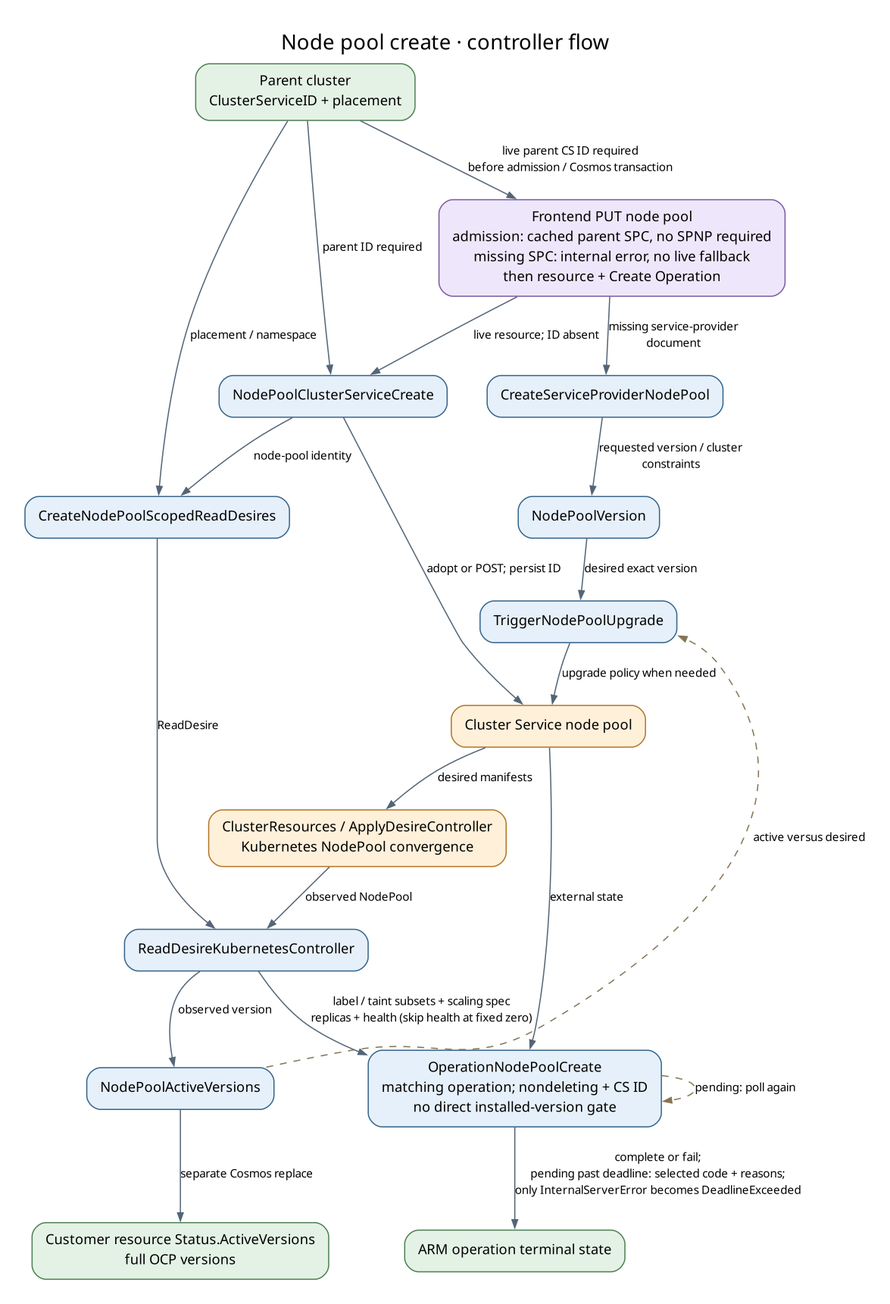
Above: docs/generated/diagrams/controller-flows/nodepool-create.png in Azure/ARO-HCP (Graphviz), before the change. Its source is kept beside it as docs/generated/diagrams/controller-flows/nodepool-create.dot.
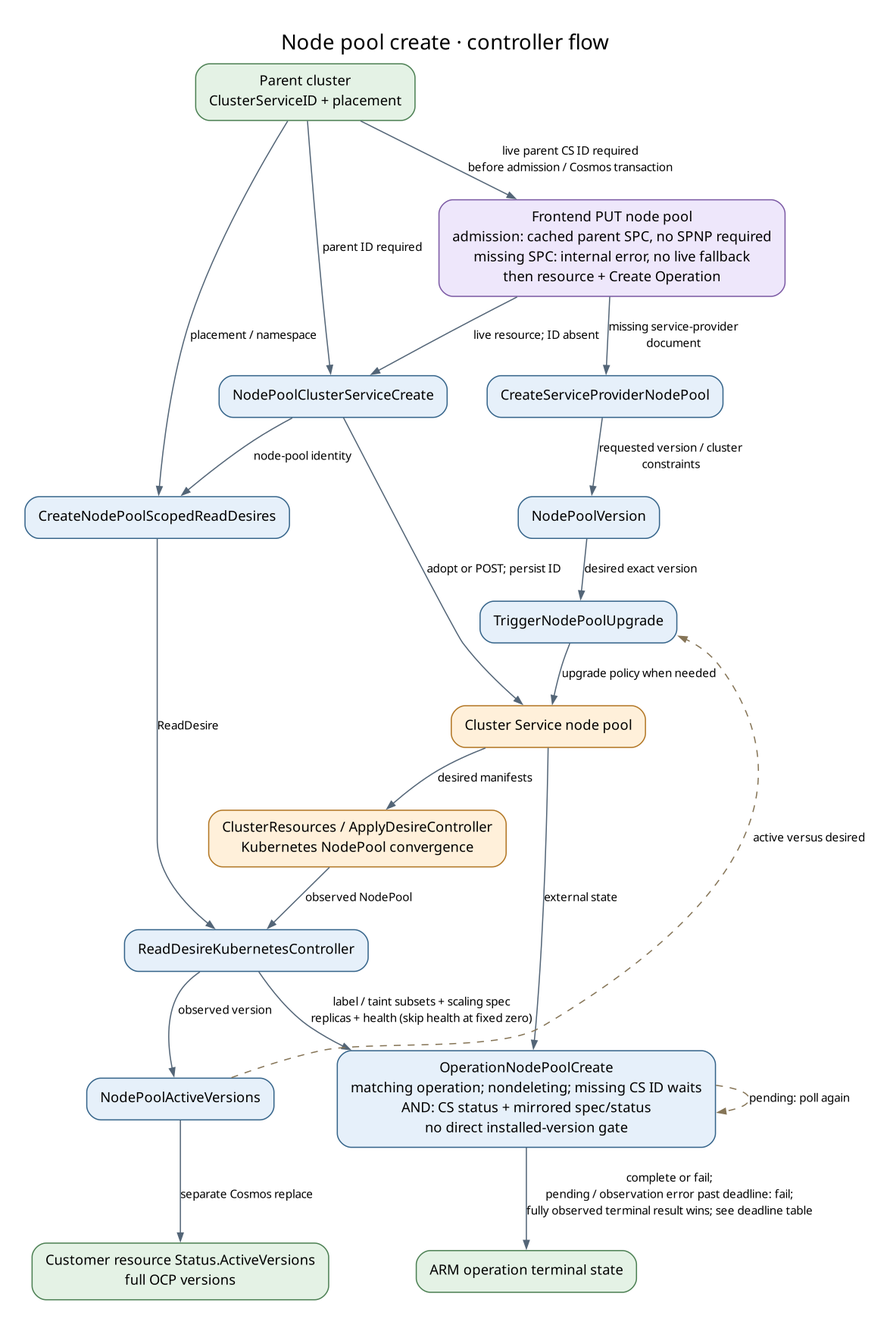
The same file after the commit.

Change to the diagram source:
```diff
@@ -13,7 +13,7 @@
   read [label="CreateNodePoolScopedReadDesires", fillcolor="#e6f0fa", color="#35648a"];
   mirror [label="ReadDesireKubernetesController", fillcolor="#e6f0fa", color="#35648a"];
   active [label="NodePoolActiveVersions", fillcolor="#e6f0fa", color="#35648a"];
-  op [label="OperationNodePoolCreate\nmatching operation; nondeleting + CS ID\nno direct installed-version gate", fillcolor="#e6f0fa", color="#35648a"];
+  op [label="OperationNodePoolCreate\nmatching operation; nondeleting; missing CS ID waits\nAND: CS status + mirrored spec/status\nno direct installed-version gate", fillcolor="#e6f0fa", color="#35648a"];
   done [label="ARM operation terminal state", fillcolor="#e4f2e5", color="#4c8053"];
   api -> create [label="live resource; ID absent"];
   parent -> api [label="live parent CS ID required\nbefore admission / Cosmos transaction"];
@@ -31,7 +31,7 @@
   mirror -> active [label="observed version"];
   cs -> op [label="external state"];
   mirror -> op [label="label / taint subsets + scaling spec\nreplicas + health (skip health at fixed zero)"];
-  op -> done [label="complete or fail;\npending past deadline: selected code + reasons;\nonly InternalServerError becomes DeadlineExceeded"];
+  op -> done [label="complete or fail;\npending / observation error past deadline: fail;\nfully observed terminal result wins; see deadline table"];
   observed [label="Customer resource Status.ActiveVersions\nfull OCP versions", fillcolor="#e4f2e5", color="#4c8053"];
   active -> observed [label="separate Cosmos replace"];
   active -> upgrade [label="active versus desired", style=dashed, color="#857456", constraint=false];
```
